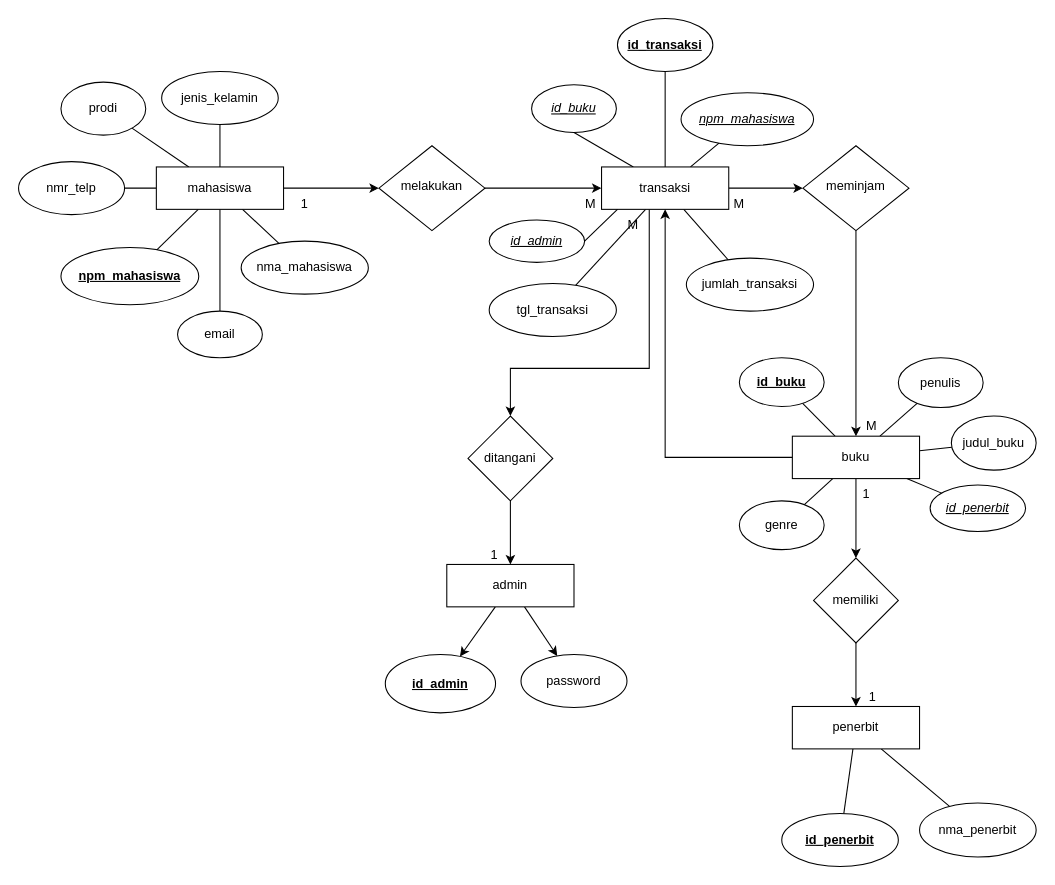
This is perpustakaan.drawio from vinnnna/sistem-basis-data, a draw.io file, before an edit. Source tidied: cells renumbered, new cells numbered last; positions are measured from the earlier drawing's top-left corner, leaving out a move shared by most shapes. Both pictures are drawn from the tidied source at 106%, with x=0, y=0 at pixel (18, 18).
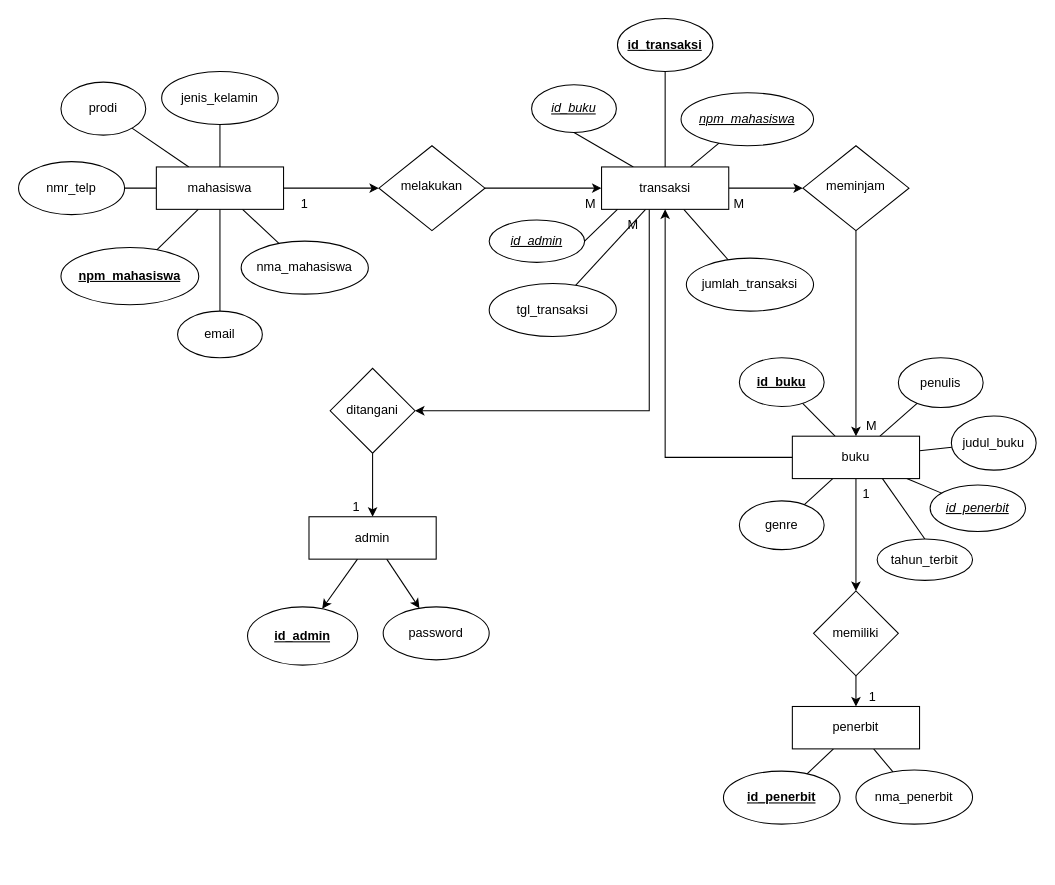
Above is the later version.

The change refers to these unchanged cells:
```xml
<mxCell id="45" value="M" style="text;html=1;strokeColor=none;fillColor=none;align=center;verticalAlign=middle;whiteSpace=wrap;rounded=0;" parent="1" vertex="1">
  <mxGeometry x="550" y="180" width="60" height="30" as="geometry" />
</mxCell>
<mxCell id="47" value="1" style="text;html=1;strokeColor=none;fillColor=none;align=center;verticalAlign=middle;whiteSpace=wrap;rounded=0;" parent="1" vertex="1">
  <mxGeometry x="770" y="434" width="60" height="30" as="geometry" />
</mxCell>
```

What changed in the source:
```diff
@@
-    <mxCell id="17" style="edgeStyle=orthogonalEdgeStyle;rounded=0;jettySize=auto;html=1;entryX=0.5;entryY=0;entryDx=0;entryDy=0;exitX=0.75;exitY=0;exitDx=0;exitDy=0;" parent="1" edge="1" source="45" target="33">
+    <mxCell id="17" style="edgeStyle=orthogonalEdgeStyle;rounded=0;jettySize=auto;html=1;entryX=1;entryY=0.5;entryDx=0;entryDy=0;exitX=0.75;exitY=0;exitDx=0;exitDy=0;" parent="1" edge="1" source="45" target="33">
       <mxGeometry relative="1" as="geometry">
         <Array as="points">
-          <mxPoint x="595" y="330" />
-          <mxPoint x="464" y="330" />
+          <mxPoint x="595" y="370" />
         </Array>
       </mxGeometry>
     </mxCell>
@@
     <mxCell id="33" value="ditangani" style="rhombus;whiteSpace=wrap;html=1;rounded=1;glass=0;strokeWidth=1;shadow=0;arcSize=0;" parent="1" vertex="1">
-      <mxGeometry x="424" y="375" width="80" height="80" as="geometry" />
+      <mxGeometry x="294" y="330" width="80" height="80" as="geometry" />
     </mxCell>
@@
     <mxCell id="35" value="memiliki" style="rhombus;whiteSpace=wrap;html=1;rounded=1;glass=0;strokeWidth=1;shadow=0;arcSize=0;" parent="1" vertex="1">
-      <mxGeometry x="750" y="509" width="80" height="80" as="geometry" />
+      <mxGeometry x="750" y="540" width="80" height="80" as="geometry" />
     </mxCell>
@@
     <mxCell id="38" value="admin" style="whiteSpace=wrap;html=1;rounded=1;glass=0;strokeWidth=1;shadow=0;arcSize=0;" parent="1" vertex="1">
-      <mxGeometry x="404" y="515" width="120" height="40" as="geometry" />
+      <mxGeometry x="274" y="470" width="120" height="40" as="geometry" />
     </mxCell>
@@
+    <mxCell id="70" style="rounded=0;jettySize=auto;html=1;exitX=0.75;exitY=0;exitDx=0;exitDy=0;entryX=0.5;entryY=0;entryDx=0;entryDy=0;endArrow=none;endFill=0;" parent="1" edge="1" source="47" target="71">
+      <mxGeometry relative="1" as="geometry" />
+    </mxCell>
@@
     <mxCell id="48" value="1" style="text;html=1;strokeColor=none;fillColor=none;align=center;verticalAlign=middle;whiteSpace=wrap;rounded=0;" parent="1" vertex="1">
-      <mxGeometry x="419" y="491" width="60" height="30" as="geometry" />
+      <mxGeometry x="289" y="446" width="60" height="30" as="geometry" />
     </mxCell>
@@
     <mxCell id="59" value="id_admin" style="ellipse;whiteSpace=wrap;html=1;rounded=1;glass=0;strokeWidth=1;shadow=0;arcSize=0;fontStyle=5;" parent="1" vertex="1">
-      <mxGeometry x="346" y="600" width="104" height="55" as="geometry" />
+      <mxGeometry x="216" y="555" width="104" height="55" as="geometry" />
     </mxCell>
     <mxCell id="60" value="password" style="ellipse;whiteSpace=wrap;html=1;rounded=1;glass=0;strokeWidth=1;shadow=0;arcSize=0;" parent="1" vertex="1">
-      <mxGeometry x="474" y="600" width="100" height="50" as="geometry" />
+      <mxGeometry x="344" y="555" width="100" height="50" as="geometry" />
     </mxCell>
     <mxCell id="61" value="id_penerbit" style="ellipse;whiteSpace=wrap;html=1;rounded=1;glass=0;strokeWidth=1;shadow=0;arcSize=0;fontStyle=5;" parent="1" vertex="1">
-      <mxGeometry x="720" y="750" width="110" height="50" as="geometry" />
+      <mxGeometry x="665" y="710" width="110" height="50" as="geometry" />
     </mxCell>
     <mxCell id="62" value="nma_penerbit" style="ellipse;whiteSpace=wrap;html=1;rounded=1;glass=0;strokeWidth=1;shadow=0;arcSize=0;" parent="1" vertex="1">
-      <mxGeometry x="850" y="740" width="110" height="51" as="geometry" />
+      <mxGeometry x="790" y="709" width="110" height="51" as="geometry" />
     </mxCell>
@@
+    <mxCell id="71" value="tahun_terbit" style="ellipse;whiteSpace=wrap;html=1;rounded=1;glass=0;strokeWidth=1;shadow=0;arcSize=0;" parent="1" vertex="1">
+      <mxGeometry x="810" y="491" width="90" height="39" as="geometry" />
+    </mxCell>
```
